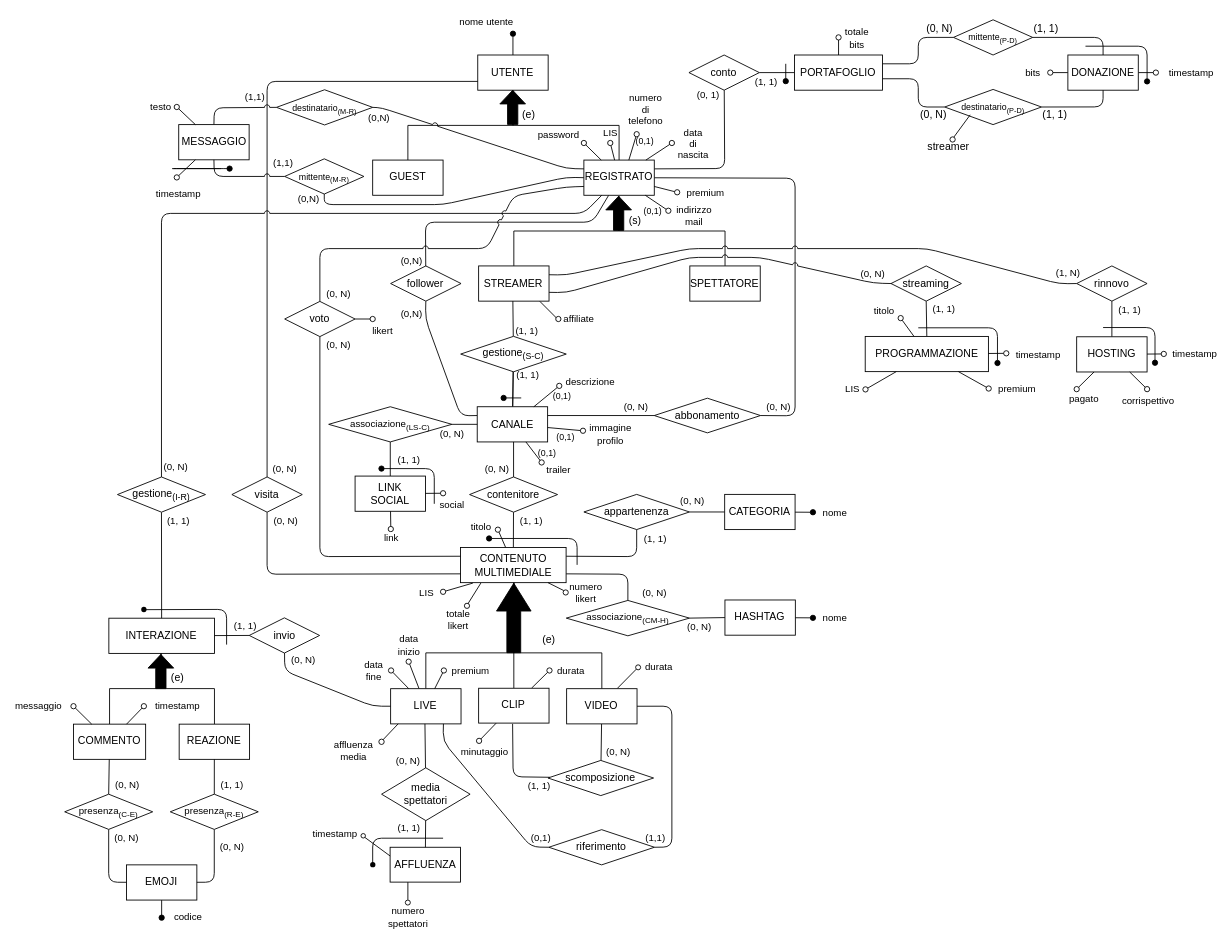
The draw.io diagram Progetto Esame - DBSperimentazioni A.A. 2023-2024/Diagrammi/1.5 Schema E-R.drawio in Mattron2000/Basi_di_dati, before the edit. Source tidied: cells renumbered, new cells numbered last; positions are measured from the earlier drawing's top-left corner, leaving out a move shared by most shapes. Both pictures are drawn from the tidied source at 88%, with x=0, y=0 at pixel (64, 15).
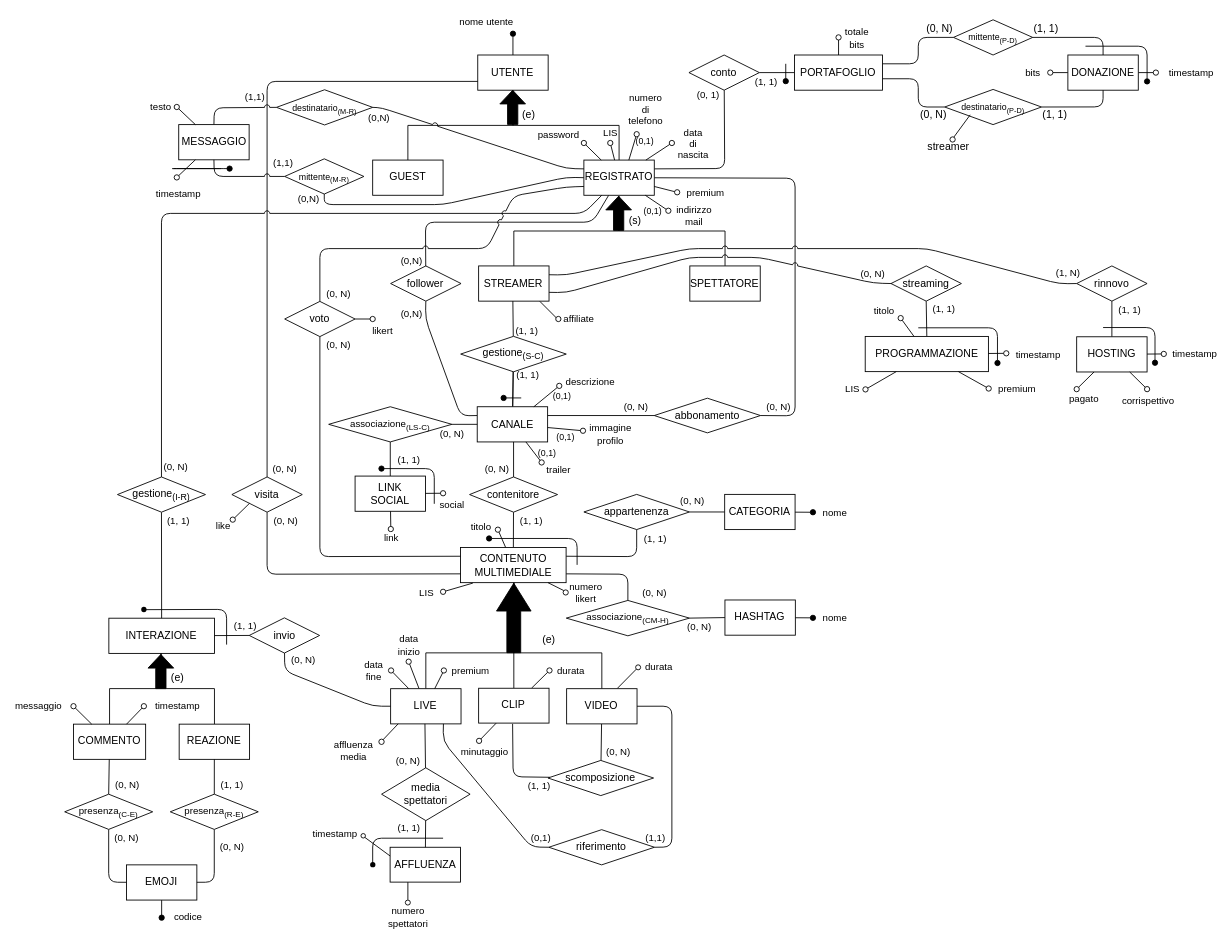
After the change.

The change refers to these unchanged cells:
```xml
<mxCell id="105" value="CONTENUTO&lt;br&gt;MULTIMEDIALE" style="rounded=0;whiteSpace=wrap;html=1;" parent="1" vertex="1">
  <mxGeometry x="449.8" y="604.6" width="120" height="40" as="geometry" />
</mxCell>
<mxCell id="159" value="visita" style="rhombus;whiteSpace=wrap;html=1;" parent="1" vertex="1">
  <mxGeometry x="190" y="524.5" width="80" height="40" as="geometry" />
</mxCell>
```

The edit, as a diff of the source:
```diff
@@
-    <mxCell id="250" style="endArrow=none;html=1;fontSize=11;exitX=0.193;exitY=1.011;exitDx=0;exitDy=0;exitPerimeter=0;" parent="1" edge="1" source="105">
-      <mxGeometry relative="1" as="geometry">
-        <mxPoint x="458" y="669" as="targetPoint" />
-      </mxGeometry>
-    </mxCell>
-    <mxCell id="251" style="ellipse;whiteSpace=wrap;html=1;fontSize=11;" parent="1" vertex="1">
-      <mxGeometry x="454.2" y="668" width="5.9" height="5.9" as="geometry" />
-    </mxCell>
-    <mxCell id="252" value="totale &lt;br&gt;likert" style="text;html=1;align=center;verticalAlign=middle;strokeColor=none;fillColor=none;fontSize=11;" parent="1" vertex="1">
-      <mxGeometry x="424.4" y="668" width="45" height="38" as="geometry" />
-    </mxCell>
@@
+    <mxCell id="260" style="endArrow=oval;html=1;fillStyle=auto;strokeWidth=1;startSize=6;endSize=6;fillColor=#000000;startArrow=none;startFill=0;endFill=0;strokeColor=#000000;exitX=0;exitY=1;exitDx=0;exitDy=0;" parent="1" edge="1" source="159">
+      <mxGeometry relative="1" as="geometry">
+        <mxPoint x="191" y="573" as="targetPoint" />
+      </mxGeometry>
+    </mxCell>
+    <mxCell id="261" value="&lt;font style=&quot;font-size: 11px;&quot;&gt;like&lt;/font&gt;" style="text;html=1;align=center;verticalAlign=middle;strokeColor=none;fillColor=none;" parent="1" vertex="1">
+      <mxGeometry x="160" y="564.8" width="40" height="30" as="geometry" />
+    </mxCell>
```
